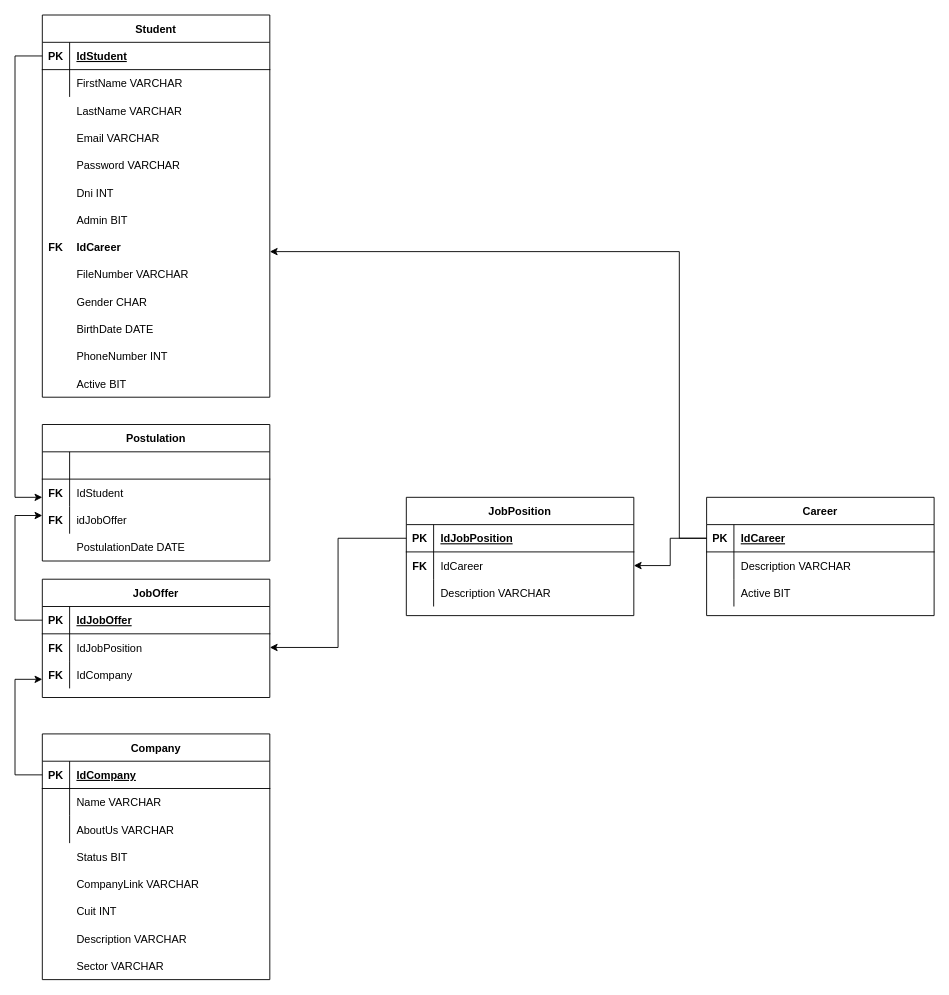
Before: UTNAppDB/DER UTNAppDB/DER UTNAppBD.drawio in matiasmenillo/UTNapp, a draw.io diagram. Source tidied: cells renumbered, new cells numbered last; positions are measured from the earlier drawing's top-left corner, leaving out a move shared by most shapes. Both pictures are drawn from the tidied source at 91%, with x=0, y=0 at pixel (15, 15).
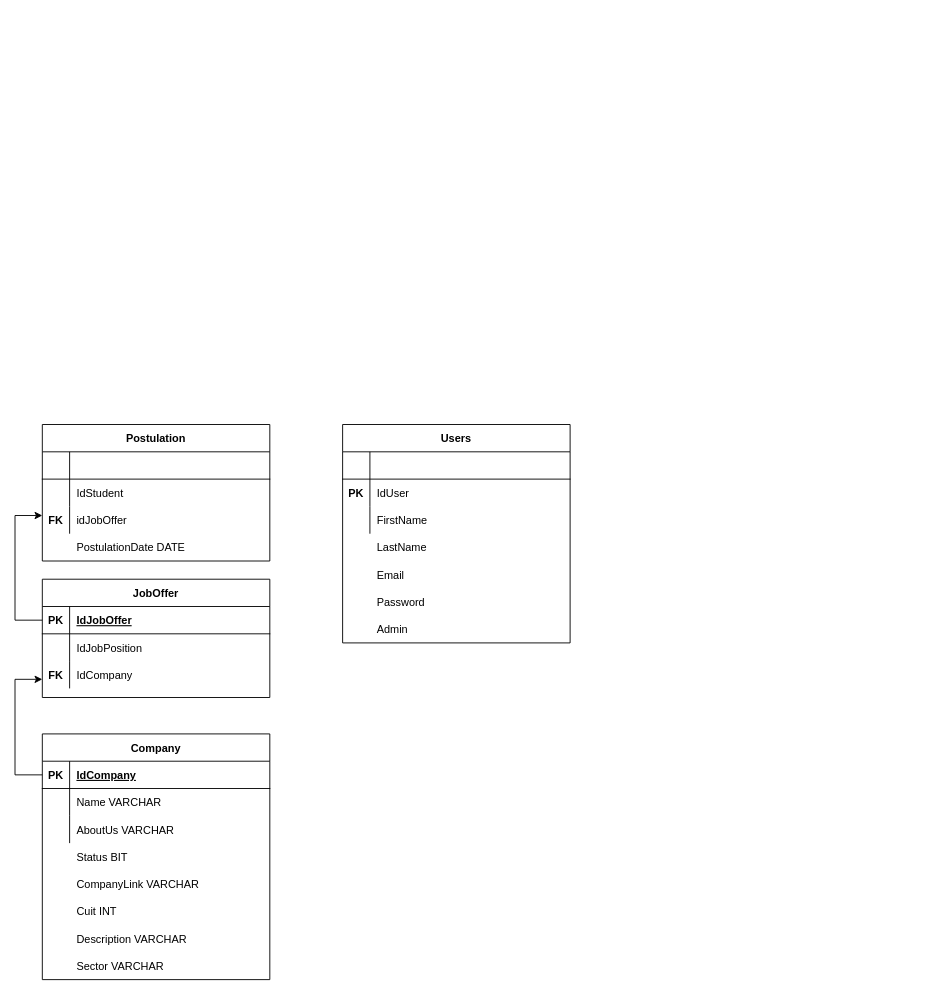
The same page after the edit.

Unchanged cells that the change refers to:
```xml
<mxCell id="62" style="shape=partialRectangle;fillColor=none;points=[[0,0.5],[1,0.5]];portConstraint=eastwest;top=0;left=0;right=0;bottom=0;" parent="58" vertex="1">
  <mxGeometry y="60" width="250" height="30" as="geometry" />
</mxCell>
```

The edit, as a diff of the source:
```diff
@@
-    <mxCell id="12" value="Career" style="shape=table;startSize=30;childLayout=tableLayout;rowLines=0;fontStyle=1;align=center;" parent="1" vertex="1">
-      <mxGeometry x="760" y="530" width="250" height="130" as="geometry" />
-    </mxCell>
-    <mxCell id="13" style="shape=partialRectangle;fillColor=none;points=[[0,0.5],[1,0.5]];portConstraint=eastwest;top=0;left=0;right=0;bottom=1;" parent="12" vertex="1">
-      <mxGeometry y="30" width="250" height="30" as="geometry" />
-    </mxCell>
-    <mxCell id="14" value="PK" style="shape=partialRectangle;overflow=hidden;fillColor=none;top=0;left=0;bottom=0;right=0;fontStyle=1;" parent="13" vertex="1">
-      <mxGeometry width="30" height="30" as="geometry" />
-    </mxCell>
-    <mxCell id="15" value="IdCareer" style="shape=partialRectangle;overflow=hidden;fillColor=none;top=0;left=0;bottom=0;right=0;align=left;spacingLeft=6;fontStyle=5;" parent="13" vertex="1">
-      <mxGeometry x="30" width="220" height="30" as="geometry" />
-    </mxCell>
-    <mxCell id="16" style="shape=partialRectangle;fillColor=none;top=0;left=0;right=0;bottom=0;" parent="12" vertex="1">
-      <mxGeometry y="60" width="250" height="30" as="geometry" />
-    </mxCell>
-    <mxCell id="17" style="shape=partialRectangle;overflow=hidden;fillColor=none;top=0;left=0;bottom=0;right=0;" parent="16" vertex="1">
-      <mxGeometry width="30" height="30" as="geometry" />
-    </mxCell>
-    <mxCell id="18" value="Description VARCHAR" style="shape=partialRectangle;overflow=hidden;fillColor=none;top=0;left=0;bottom=0;right=0;align=left;spacingLeft=6;" parent="16" vertex="1">
-      <mxGeometry x="30" width="220" height="30" as="geometry" />
-    </mxCell>
-    <mxCell id="19" style="shape=partialRectangle;fillColor=none;top=0;left=0;right=0;bottom=0;" parent="12" vertex="1">
-      <mxGeometry y="90" width="250" height="30" as="geometry" />
-    </mxCell>
-    <mxCell id="20" style="shape=partialRectangle;overflow=hidden;fillColor=none;top=0;left=0;bottom=0;right=0;" parent="19" vertex="1">
-      <mxGeometry width="30" height="30" as="geometry" />
-    </mxCell>
-    <mxCell id="21" style="shape=partialRectangle;overflow=hidden;fillColor=none;top=0;left=0;bottom=0;right=0;align=left;spacingLeft=6;" parent="19" vertex="1">
-      <mxGeometry x="30" width="220" height="30" as="geometry" />
-    </mxCell>
-    <mxCell id="22" value="Student" style="shape=table;startSize=30;childLayout=tableLayout;rowLines=0;fontStyle=1;align=center;" parent="1" vertex="1">
-      <mxGeometry x="30" width="250" height="420" as="geometry" />
-    </mxCell>
-    <mxCell id="23" style="shape=partialRectangle;fillColor=none;points=[[0,0.5],[1,0.5]];portConstraint=eastwest;top=0;left=0;right=0;bottom=1;" parent="22" vertex="1">
-      <mxGeometry y="30" width="250" height="30" as="geometry" />
-    </mxCell>
-    <mxCell id="24" value="PK" style="shape=partialRectangle;overflow=hidden;fillColor=none;top=0;left=0;bottom=0;right=0;fontStyle=1;" parent="23" vertex="1">
-      <mxGeometry width="30" height="30" as="geometry" />
-    </mxCell>
-    <mxCell id="25" value="IdStudent" style="shape=partialRectangle;overflow=hidden;fillColor=none;top=0;left=0;bottom=0;right=0;align=left;spacingLeft=6;fontStyle=5;" parent="23" vertex="1">
-      <mxGeometry x="30" width="220" height="30" as="geometry" />
-    </mxCell>
-    <mxCell id="26" style="shape=partialRectangle;fillColor=none;top=0;left=0;right=0;bottom=0;" parent="22" vertex="1">
-      <mxGeometry y="60" width="250" height="30" as="geometry" />
-    </mxCell>
-    <mxCell id="27" style="shape=partialRectangle;overflow=hidden;fillColor=none;top=0;left=0;bottom=0;right=0;" parent="26" vertex="1">
-      <mxGeometry width="30" height="30" as="geometry" />
-    </mxCell>
-    <mxCell id="28" value="FirstName VARCHAR" style="shape=partialRectangle;overflow=hidden;fillColor=none;top=0;left=0;bottom=0;right=0;align=left;spacingLeft=6;" parent="26" vertex="1">
-      <mxGeometry x="30" width="220" height="30" as="geometry" />
-    </mxCell>
-    <mxCell id="29" value="LastName VARCHAR" style="shape=partialRectangle;overflow=hidden;fillColor=none;top=0;left=0;bottom=0;right=0;align=left;spacingLeft=6;" parent="1" vertex="1">
-      <mxGeometry x="60" y="90" width="220" height="30" as="geometry" />
-    </mxCell>
-    <mxCell id="30" value="Email VARCHAR" style="shape=partialRectangle;overflow=hidden;fillColor=none;top=0;left=0;bottom=0;right=0;align=left;spacingLeft=6;" parent="1" vertex="1">
-      <mxGeometry x="60" y="120" width="220" height="30" as="geometry" />
-    </mxCell>
-    <mxCell id="31" value="Password VARCHAR" style="shape=partialRectangle;overflow=hidden;fillColor=none;top=0;left=0;bottom=0;right=0;align=left;spacingLeft=6;" parent="1" vertex="1">
-      <mxGeometry x="60" y="150" width="220" height="30" as="geometry" />
-    </mxCell>
-    <mxCell id="32" value="Dni INT" style="shape=partialRectangle;overflow=hidden;fillColor=none;top=0;left=0;bottom=0;right=0;align=left;spacingLeft=6;" parent="1" vertex="1">
-      <mxGeometry x="60" y="180" width="220" height="30" as="geometry" />
-    </mxCell>
-    <mxCell id="33" value="Admin BIT" style="shape=partialRectangle;overflow=hidden;fillColor=none;top=0;left=0;bottom=0;right=0;align=left;spacingLeft=6;" parent="1" vertex="1">
-      <mxGeometry x="60" y="210" width="220" height="30" as="geometry" />
-    </mxCell>
-    <mxCell id="34" value="IdCareer" style="shape=partialRectangle;overflow=hidden;fillColor=none;top=0;left=0;bottom=0;right=0;align=left;spacingLeft=6;fontStyle=1;" parent="1" vertex="1">
-      <mxGeometry x="60" y="240" width="220" height="30" as="geometry" />
-    </mxCell>
-    <mxCell id="35" value="FK" style="shape=partialRectangle;overflow=hidden;fillColor=none;top=0;left=0;bottom=0;right=0;fontStyle=1;" parent="1" vertex="1">
-      <mxGeometry x="30" y="240" width="30" height="30" as="geometry" />
-    </mxCell>
-    <mxCell id="36" value="FileNumber VARCHAR" style="shape=partialRectangle;overflow=hidden;fillColor=none;top=0;left=0;bottom=0;right=0;align=left;spacingLeft=6;" parent="1" vertex="1">
-      <mxGeometry x="60" y="270" width="220" height="30" as="geometry" />
-    </mxCell>
-    <mxCell id="37" value="Gender CHAR" style="shape=partialRectangle;overflow=hidden;fillColor=none;top=0;left=0;bottom=0;right=0;align=left;spacingLeft=6;" parent="1" vertex="1">
-      <mxGeometry x="60" y="300" width="220" height="30" as="geometry" />
-    </mxCell>
-    <mxCell id="38" value="BirthDate DATE" style="shape=partialRectangle;overflow=hidden;fillColor=none;top=0;left=0;bottom=0;right=0;align=left;spacingLeft=6;" parent="1" vertex="1">
-      <mxGeometry x="60" y="330" width="220" height="30" as="geometry" />
-    </mxCell>
-    <mxCell id="39" value="PhoneNumber INT" style="shape=partialRectangle;overflow=hidden;fillColor=none;top=0;left=0;bottom=0;right=0;align=left;spacingLeft=6;" parent="1" vertex="1">
-      <mxGeometry x="60" y="360" width="220" height="30" as="geometry" />
-    </mxCell>
-    <mxCell id="40" value="Active BIT" style="shape=partialRectangle;overflow=hidden;fillColor=none;top=0;left=0;bottom=0;right=0;align=left;spacingLeft=6;" parent="1" vertex="1">
-      <mxGeometry x="60" y="390" width="220" height="30" as="geometry" />
-    </mxCell>
@@
-    <mxCell id="46" value="Active BIT" style="shape=partialRectangle;overflow=hidden;fillColor=none;top=0;left=0;bottom=0;right=0;align=left;spacingLeft=6;" parent="1" vertex="1">
-      <mxGeometry x="790" y="620" width="220" height="30" as="geometry" />
-    </mxCell>
-    <mxCell id="47" value="JobPosition" style="shape=table;startSize=30;childLayout=tableLayout;rowLines=0;fontStyle=1;align=center;" parent="1" vertex="1">
-      <mxGeometry x="430" y="530" width="250" height="130" as="geometry" />
-    </mxCell>
-    <mxCell id="48" style="shape=partialRectangle;fillColor=none;points=[[0,0.5],[1,0.5]];portConstraint=eastwest;top=0;left=0;right=0;bottom=1;" parent="47" vertex="1">
-      <mxGeometry y="30" width="250" height="30" as="geometry" />
-    </mxCell>
-    <mxCell id="49" value="PK" style="shape=partialRectangle;overflow=hidden;fillColor=none;top=0;left=0;bottom=0;right=0;fontStyle=1;" parent="48" vertex="1">
-      <mxGeometry width="30" height="30" as="geometry" />
-    </mxCell>
-    <mxCell id="50" value="IdJobPosition" style="shape=partialRectangle;overflow=hidden;fillColor=none;top=0;left=0;bottom=0;right=0;align=left;spacingLeft=6;fontStyle=5;" parent="48" vertex="1">
-      <mxGeometry x="30" width="220" height="30" as="geometry" />
-    </mxCell>
-    <mxCell id="51" style="shape=partialRectangle;fillColor=none;points=[[0,0.5],[1,0.5]];portConstraint=eastwest;top=0;left=0;right=0;bottom=0;" parent="47" vertex="1">
-      <mxGeometry y="60" width="250" height="30" as="geometry" />
-    </mxCell>
-    <mxCell id="52" style="shape=partialRectangle;overflow=hidden;fillColor=none;top=0;left=0;bottom=0;right=0;" parent="51" vertex="1">
-      <mxGeometry width="30" height="30" as="geometry" />
-    </mxCell>
-    <mxCell id="53" value="IdCareer" style="shape=partialRectangle;overflow=hidden;fillColor=none;top=0;left=0;bottom=0;right=0;align=left;spacingLeft=6;" parent="51" vertex="1">
-      <mxGeometry x="30" width="220" height="30" as="geometry" />
-    </mxCell>
-    <mxCell id="54" style="shape=partialRectangle;fillColor=none;top=0;left=0;right=0;bottom=0;" parent="47" vertex="1">
-      <mxGeometry y="90" width="250" height="30" as="geometry" />
-    </mxCell>
-    <mxCell id="55" style="shape=partialRectangle;overflow=hidden;fillColor=none;top=0;left=0;bottom=0;right=0;" parent="54" vertex="1">
-      <mxGeometry width="30" height="30" as="geometry" />
-    </mxCell>
-    <mxCell id="56" value="Description VARCHAR" style="shape=partialRectangle;overflow=hidden;fillColor=none;top=0;left=0;bottom=0;right=0;align=left;spacingLeft=6;" parent="54" vertex="1">
-      <mxGeometry x="30" width="220" height="30" as="geometry" />
-    </mxCell>
-    <mxCell id="57" value="FK" style="shape=partialRectangle;overflow=hidden;fillColor=none;top=0;left=0;bottom=0;right=0;fontStyle=1;" parent="1" vertex="1">
-      <mxGeometry x="430" y="590" width="30" height="30" as="geometry" />
-    </mxCell>
@@
-    <mxCell id="68" value="FK" style="shape=partialRectangle;overflow=hidden;fillColor=none;top=0;left=0;bottom=0;right=0;fontStyle=1;" parent="1" vertex="1">
-      <mxGeometry x="30" y="680" width="30" height="30" as="geometry" />
-    </mxCell>
@@
-    <mxCell id="70" style="edgeStyle=orthogonalEdgeStyle;rounded=0;jettySize=auto;html=1;exitX=0;exitY=0.5;exitDx=0;exitDy=0;entryX=1;entryY=0.5;entryDx=0;entryDy=0;" parent="1" edge="1" source="48" target="62">
-      <mxGeometry relative="1" as="geometry" />
-    </mxCell>
-    <mxCell id="71" style="edgeStyle=orthogonalEdgeStyle;rounded=0;jettySize=auto;html=1;exitX=0;exitY=0.5;exitDx=0;exitDy=0;entryX=1;entryY=0.5;entryDx=0;entryDy=0;" parent="1" edge="1" source="13" target="51">
-      <mxGeometry relative="1" as="geometry" />
-    </mxCell>
@@
-    <mxCell id="73" style="edgeStyle=orthogonalEdgeStyle;rounded=0;jettySize=auto;html=1;exitX=0;exitY=0.5;exitDx=0;exitDy=0;" parent="1" edge="1" source="13">
-      <mxGeometry relative="1" as="geometry">
-        <mxPoint x="280" y="260" as="targetPoint" />
-        <Array as="points">
-          <mxPoint x="730" y="575" />
-          <mxPoint x="730" y="260" />
-        </Array>
-      </mxGeometry>
-    </mxCell>
@@
-    <mxCell id="84" value="FK" style="shape=partialRectangle;overflow=hidden;fillColor=none;top=0;left=0;bottom=0;right=0;fontStyle=1;" parent="1" vertex="1">
-      <mxGeometry x="30" y="510" width="30" height="30" as="geometry" />
-    </mxCell>
@@
-    <mxCell id="86" style="edgeStyle=orthogonalEdgeStyle;rounded=0;jettySize=auto;html=1;exitX=0;exitY=0.5;exitDx=0;exitDy=0;" parent="1" edge="1" source="23">
-      <mxGeometry relative="1" as="geometry">
-        <mxPoint x="30" y="530" as="targetPoint" />
-        <Array as="points">
-          <mxPoint y="45" />
-          <mxPoint y="530" />
-        </Array>
-      </mxGeometry>
-    </mxCell>
@@
+    <mxCell id="89" value="Users" style="shape=table;startSize=30;childLayout=tableLayout;rowLines=0;fontStyle=1;align=center;" parent="1" vertex="1">
+      <mxGeometry x="360" y="450" width="250" height="240" as="geometry" />
+    </mxCell>
+    <mxCell id="90" style="shape=partialRectangle;fillColor=none;top=0;left=0;right=0;bottom=1;" parent="89" vertex="1">
+      <mxGeometry y="30" width="250" height="30" as="geometry" />
+    </mxCell>
+    <mxCell id="91" style="shape=partialRectangle;overflow=hidden;fillColor=none;top=0;left=0;bottom=0;right=0;fontStyle=1;" parent="90" vertex="1">
+      <mxGeometry width="30" height="30" as="geometry" />
+    </mxCell>
+    <mxCell id="92" style="shape=partialRectangle;overflow=hidden;fillColor=none;top=0;left=0;bottom=0;right=0;align=left;spacingLeft=6;fontStyle=5;" parent="90" vertex="1">
+      <mxGeometry x="30" width="220" height="30" as="geometry" />
+    </mxCell>
+    <mxCell id="93" style="shape=partialRectangle;fillColor=none;top=0;left=0;right=0;bottom=0;" parent="89" vertex="1">
+      <mxGeometry y="60" width="250" height="30" as="geometry" />
+    </mxCell>
+    <mxCell id="94" style="shape=partialRectangle;overflow=hidden;fillColor=none;top=0;left=0;bottom=0;right=0;" parent="93" vertex="1">
+      <mxGeometry width="30" height="30" as="geometry" />
+    </mxCell>
+    <mxCell id="95" value="IdUser" style="shape=partialRectangle;overflow=hidden;fillColor=none;top=0;left=0;bottom=0;right=0;align=left;spacingLeft=6;" parent="93" vertex="1">
+      <mxGeometry x="30" width="220" height="30" as="geometry" />
+    </mxCell>
+    <mxCell id="96" style="shape=partialRectangle;fillColor=none;top=0;left=0;right=0;bottom=0;" parent="89" vertex="1">
+      <mxGeometry y="90" width="250" height="30" as="geometry" />
+    </mxCell>
+    <mxCell id="97" style="shape=partialRectangle;overflow=hidden;fillColor=none;top=0;left=0;bottom=0;right=0;" parent="96" vertex="1">
+      <mxGeometry width="30" height="30" as="geometry" />
+    </mxCell>
+    <mxCell id="98" value="FirstName" style="shape=partialRectangle;overflow=hidden;fillColor=none;top=0;left=0;bottom=0;right=0;align=left;spacingLeft=6;" parent="96" vertex="1">
+      <mxGeometry x="30" width="220" height="30" as="geometry" />
+    </mxCell>
+    <mxCell id="99" value="PK" style="shape=partialRectangle;overflow=hidden;fillColor=none;top=0;left=0;bottom=0;right=0;fontStyle=1;" parent="1" vertex="1">
+      <mxGeometry x="360" y="510" width="30" height="30" as="geometry" />
+    </mxCell>
+    <mxCell id="100" value="LastName" style="shape=partialRectangle;overflow=hidden;fillColor=none;top=0;left=0;bottom=0;right=0;align=left;spacingLeft=6;" parent="1" vertex="1">
+      <mxGeometry x="390" y="570" width="220" height="30" as="geometry" />
+    </mxCell>
+    <mxCell id="101" value="Email" style="shape=partialRectangle;overflow=hidden;fillColor=none;top=0;left=0;bottom=0;right=0;align=left;spacingLeft=6;" parent="1" vertex="1">
+      <mxGeometry x="390" y="600" width="220" height="30" as="geometry" />
+    </mxCell>
+    <mxCell id="102" value="Password" style="shape=partialRectangle;overflow=hidden;fillColor=none;top=0;left=0;bottom=0;right=0;align=left;spacingLeft=6;" parent="1" vertex="1">
+      <mxGeometry x="390" y="630" width="220" height="30" as="geometry" />
+    </mxCell>
+    <mxCell id="103" value="Admin" style="shape=partialRectangle;overflow=hidden;fillColor=none;top=0;left=0;bottom=0;right=0;align=left;spacingLeft=6;" parent="1" vertex="1">
+      <mxGeometry x="390" y="660" width="220" height="30" as="geometry" />
+    </mxCell>
```
